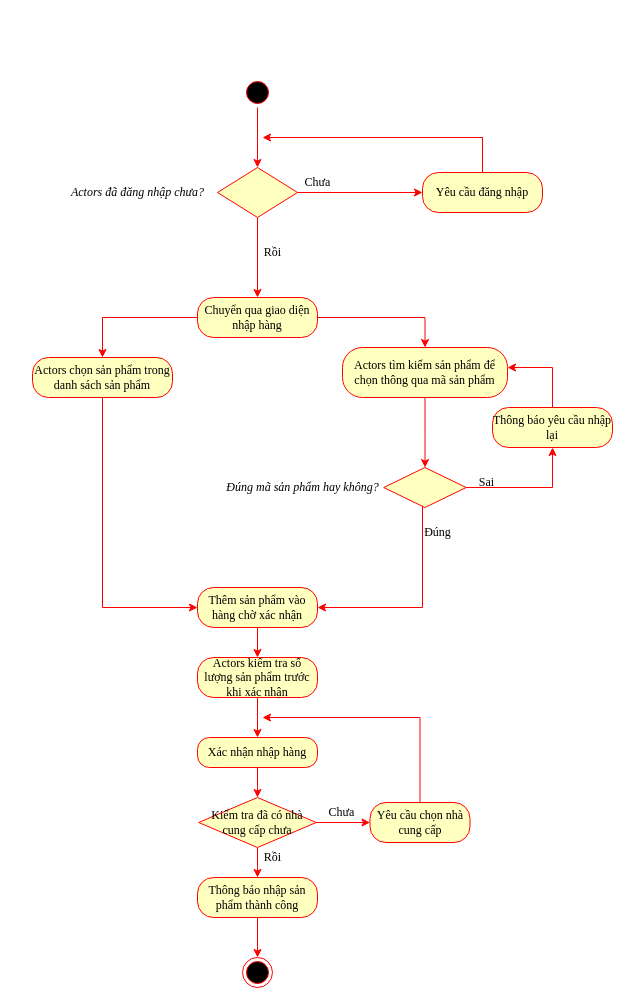
EdgarIgnite16/OOAD-Project keeps this draw.io diagram as Activity Diagrams/Quang Võ/AD_QuảnLýNhậpHàng.drawio. Above is the earlier version. Source tidied: cells renumbered, new cells numbered last; positions are measured from the earlier drawing's top-left corner, leaving out a move shared by most shapes. Both pictures are drawn from the tidied source at 100%, with x=0, y=0 at pixel (32, 77).
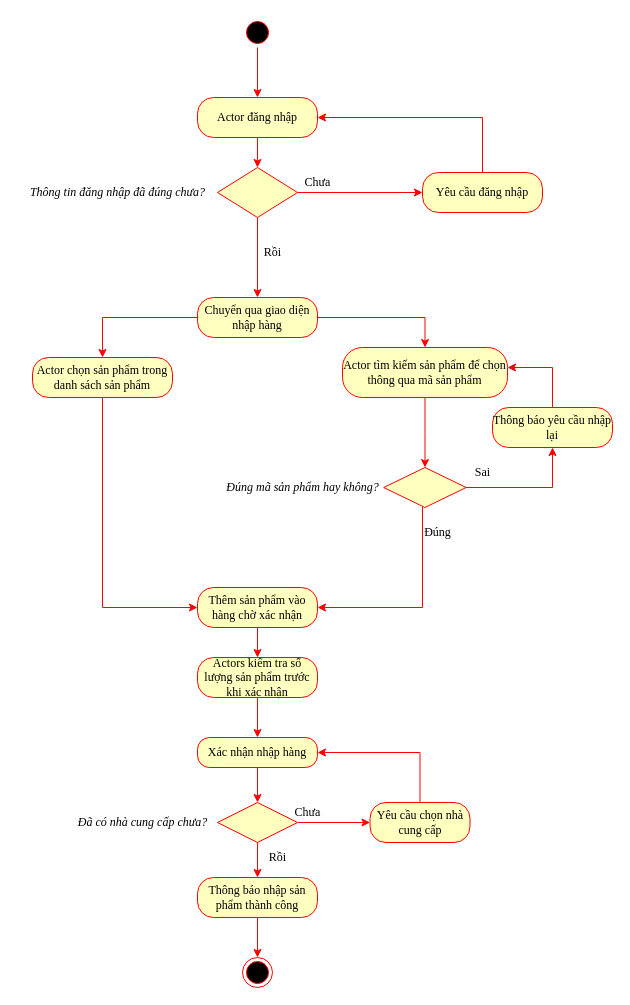
The same page after the edit.

The change refers to these unchanged cells:
```xml
<mxCell id="3" style="rhombus;whiteSpace=wrap;html=1;fillColor=#ffffc0;strokeColor=#ff0000;fontFamily=Times New Roman;fontSize=12;" parent="1" vertex="1">
  <mxGeometry x="185" y="90" width="80" height="50" as="geometry" />
</mxCell>
<mxCell id="9" value="Yêu cầu đăng nhập" style="rounded=1;whiteSpace=wrap;html=1;arcSize=40;fontColor=#000000;fillColor=#ffffc0;strokeColor=#ff0000;fontFamily=Times New Roman;fontSize=12;" parent="1" vertex="1">
  <mxGeometry x="390" y="95" width="120" height="40" as="geometry" />
</mxCell>
<mxCell id="28" value="Xác nhận nhập hàng" style="rounded=1;whiteSpace=wrap;html=1;arcSize=40;fontColor=#000000;fillColor=#ffffc0;strokeColor=#ff0000;fontFamily=Times New Roman;fontSize=12;" parent="1" vertex="1">
  <mxGeometry x="165" y="660" width="120" height="30" as="geometry" />
</mxCell>
<mxCell id="35" value="Yêu cầu chọn nhà cung cấp" style="rounded=1;whiteSpace=wrap;html=1;arcSize=40;fontColor=#000000;fillColor=#ffffc0;strokeColor=#ff0000;fontFamily=Times New Roman;fontSize=12;" parent="1" vertex="1">
  <mxGeometry x="337.5" y="725" width="100" height="40" as="geometry" />
</mxCell>
<mxCell id="37" value="Thông báo nhập sản phẩm thành công" style="rounded=1;whiteSpace=wrap;html=1;arcSize=40;fontColor=#000000;fillColor=#ffffc0;strokeColor=#ff0000;fontFamily=Times New Roman;fontSize=12;" parent="1" vertex="1">
  <mxGeometry x="165" y="800" width="120" height="40" as="geometry" />
</mxCell>
```

Change to the diagram source:
```diff
@@
     <mxCell id="2" style="ellipse;html=1;shape=startState;fillColor=#000000;strokeColor=#ff0000;fontFamily=Times New Roman;fontSize=12;" parent="1" vertex="1">
-      <mxGeometry x="210" width="30" height="30" as="geometry" />
+      <mxGeometry x="210" y="-60" width="30" height="30" as="geometry" />
     </mxCell>
@@
-    <mxCell id="4" style="endArrow=classic;html=1;rounded=0;fontFamily=Times New Roman;fontSize=12;strokeColor=#FF0000;" parent="1" edge="1" source="2" target="3">
+    <mxCell id="4" style="endArrow=classic;html=1;rounded=0;fontFamily=Times New Roman;fontSize=12;strokeColor=#FF0000;" parent="1" edge="1" source="2" target="43">
       <mxGeometry relative="1" as="geometry" />
     </mxCell>
@@
-    <mxCell id="11" style="endArrow=classic;html=1;rounded=0;fontFamily=Times New Roman;fontSize=12;strokeColor=#FF0000;" parent="1" edge="1" source="9">
+    <mxCell id="11" style="endArrow=classic;html=1;rounded=0;fontFamily=Times New Roman;fontSize=12;strokeColor=#FF0000;" parent="1" edge="1" source="9" target="43">
       <mxGeometry relative="1" as="geometry">
-        <mxPoint x="230" y="60" as="targetPoint" />
         <Array as="points">
-          <mxPoint x="450" y="60" />
+          <mxPoint x="450" y="40" />
         </Array>
       </mxGeometry>
     </mxCell>
@@
-    <mxCell id="17" value="Actors chọn sản phẩm trong danh sách sản phẩm" style="rounded=1;whiteSpace=wrap;html=1;arcSize=40;fontColor=#000000;fillColor=#ffffc0;strokeColor=#ff0000;fontFamily=Times New Roman;fontSize=12;" parent="1" vertex="1">
+    <mxCell id="17" value="Actor chọn sản phẩm trong danh sách sản phẩm" style="rounded=1;whiteSpace=wrap;html=1;arcSize=40;fontColor=#000000;fillColor=#ffffc0;strokeColor=#ff0000;fontFamily=Times New Roman;fontSize=12;" parent="1" vertex="1">
       <mxGeometry y="280" width="140" height="40" as="geometry" />
     </mxCell>
@@
-    <mxCell id="19" value="Actors tìm kiếm sản phẩm để chọn thông qua mã sản phẩm" style="rounded=1;whiteSpace=wrap;html=1;arcSize=40;fontColor=#000000;fillColor=#ffffc0;strokeColor=#ff0000;fontFamily=Times New Roman;fontSize=12;" parent="1" vertex="1">
+    <mxCell id="19" value="Actor tìm kiếm sản phẩm để chọn thông qua mã sản phẩm" style="rounded=1;whiteSpace=wrap;html=1;arcSize=40;fontColor=#000000;fillColor=#ffffc0;strokeColor=#ff0000;fontFamily=Times New Roman;fontSize=12;" parent="1" vertex="1">
       <mxGeometry x="310" y="270" width="165" height="50" as="geometry" />
     </mxCell>
@@
     <mxCell id="26" value="Sai" style="text;html=1;align=center;verticalAlign=middle;strokeColor=none;fillColor=none;fontSize=12;fontFamily=Times New Roman;" parent="1" vertex="1">
-      <mxGeometry x="433.8" y="390" width="40" height="30" as="geometry" />
+      <mxGeometry x="430" y="380" width="40" height="30" as="geometry" />
     </mxCell>
-    <mxCell id="27" style="edgeStyle=orthogonalEdgeStyle;rounded=0;jettySize=auto;html=1;fontFamily=Times New Roman;fontSize=12;strokeColor=#FF0000;" parent="1" edge="1" source="28" target="31">
+    <mxCell id="27" style="edgeStyle=orthogonalEdgeStyle;rounded=0;jettySize=auto;html=1;fontFamily=Times New Roman;fontSize=12;strokeColor=#FF0000;" parent="1" edge="1" source="28" target="45">
       <mxGeometry relative="1" as="geometry" />
     </mxCell>
@@
-    <mxCell id="29" style="edgeStyle=orthogonalEdgeStyle;rounded=0;jettySize=auto;html=1;fontFamily=Times New Roman;fontSize=12;strokeColor=#FF0000;" parent="1" edge="1" source="31" target="37">
+    <mxCell id="29" style="edgeStyle=orthogonalEdgeStyle;rounded=0;jettySize=auto;html=1;fontFamily=Times New Roman;fontSize=12;strokeColor=#FF0000;" parent="1" edge="1" source="45" target="37">
       <mxGeometry relative="1" as="geometry" />
     </mxCell>
-    <mxCell id="30" style="edgeStyle=orthogonalEdgeStyle;rounded=0;jettySize=auto;html=1;fontFamily=Times New Roman;fontSize=12;strokeColor=#FF0000;" parent="1" edge="1" source="31" target="35">
+    <mxCell id="30" style="edgeStyle=orthogonalEdgeStyle;rounded=0;jettySize=auto;html=1;fontFamily=Times New Roman;fontSize=12;strokeColor=#FF0000;" parent="1" edge="1" source="45" target="35">
       <mxGeometry relative="1" as="geometry" />
     </mxCell>
-    <mxCell id="31" value="Kiểm tra đã có nhà cung cấp chưa" style="rhombus;whiteSpace=wrap;html=1;fillColor=#ffffc0;strokeColor=#ff0000;fontFamily=Times New Roman;fontSize=12;" parent="1" vertex="1">
-      <mxGeometry x="166.2" y="720" width="117.5" height="50" as="geometry" />
-    </mxCell>
     <mxCell id="32" value="Rồi" style="text;html=1;align=center;verticalAlign=middle;strokeColor=none;fillColor=none;fontSize=12;fontFamily=Times New Roman;" parent="1" vertex="1">
-      <mxGeometry x="220" y="765" width="40" height="30" as="geometry" />
+      <mxGeometry x="225" y="765" width="40" height="30" as="geometry" />
     </mxCell>
     <mxCell id="33" value="Chưa" style="text;html=1;align=center;verticalAlign=middle;strokeColor=none;fillColor=none;fontSize=12;fontFamily=Times New Roman;" parent="1" vertex="1">
-      <mxGeometry x="283.8" y="720" width="50" height="30" as="geometry" />
+      <mxGeometry x="250" y="720" width="50" height="30" as="geometry" />
     </mxCell>
-    <mxCell id="34" style="edgeStyle=orthogonalEdgeStyle;rounded=0;jettySize=auto;html=1;fontFamily=Times New Roman;fontSize=12;strokeColor=#FF0000;" parent="1" edge="1" source="35">
+    <mxCell id="34" style="edgeStyle=orthogonalEdgeStyle;rounded=0;jettySize=auto;html=1;fontFamily=Times New Roman;fontSize=12;strokeColor=#FF0000;" parent="1" edge="1" source="35" target="28">
       <mxGeometry relative="1" as="geometry">
-        <mxPoint x="230" y="640" as="targetPoint" />
         <Array as="points">
-          <mxPoint x="388" y="640" />
+          <mxPoint x="388" y="675" />
         </Array>
       </mxGeometry>
     </mxCell>
@@
-    <mxCell id="41" value="&lt;span style=&quot;font-family: &amp;quot;Times New Roman&amp;quot;;&quot;&gt;Actors đã đăng nhập chưa?&lt;/span&gt;" style="text;html=1;align=center;verticalAlign=middle;strokeColor=none;fillColor=none;fontStyle=2;" parent="1" vertex="1">
-      <mxGeometry x="25" y="100" width="160" height="30" as="geometry" />
+    <mxCell id="41" value="&lt;span style=&quot;font-family: &amp;quot;Times New Roman&amp;quot;;&quot;&gt;Thông tin đăng nhập đã đúng chưa?&lt;/span&gt;" style="text;html=1;align=center;verticalAlign=middle;strokeColor=none;fillColor=none;fontStyle=2;" parent="1" vertex="1">
+      <mxGeometry x="-15" y="100" width="200" height="30" as="geometry" />
     </mxCell>
@@
+    <mxCell id="43" value="&lt;font face=&quot;Times New Roman&quot;&gt;Actor đăng nhập&lt;/font&gt;" style="rounded=1;whiteSpace=wrap;html=1;arcSize=40;fontColor=#000000;fillColor=#ffffc0;strokeColor=#ff0000;" parent="1" vertex="1">
+      <mxGeometry x="165" y="20" width="120" height="40" as="geometry" />
+    </mxCell>
+    <mxCell id="44" style="endArrow=classic;html=1;rounded=0;fontFamily=Times New Roman;fontSize=12;strokeColor=#FF0000;" parent="1" edge="1" source="43" target="3">
+      <mxGeometry relative="1" as="geometry" />
+    </mxCell>
+    <mxCell id="45" style="rhombus;whiteSpace=wrap;html=1;fillColor=#ffffc0;strokeColor=#ff0000;fontFamily=Times New Roman;" parent="1" vertex="1">
+      <mxGeometry x="185" y="725" width="80" height="40" as="geometry" />
+    </mxCell>
+    <mxCell id="46" value="&lt;i&gt;Đã có nhà cung cấp chưa?&lt;/i&gt;" style="text;html=1;align=center;verticalAlign=middle;strokeColor=none;fillColor=none;fontFamily=Times New Roman;" parent="1" vertex="1">
+      <mxGeometry x="35" y="730" width="150" height="30" as="geometry" />
+    </mxCell>
```
